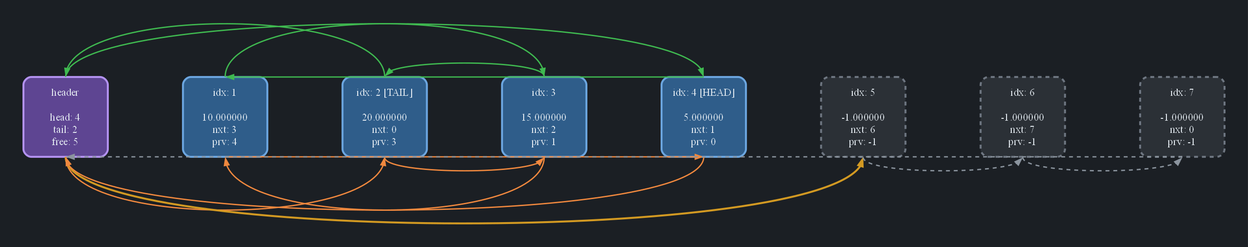
This is png_dumps/dump1_arcs.png from OkulovDmitry/Doubly-Linked-List, a Graphviz export, as it was before one commit. Its source is kept beside it as dot_of_dumps/dump1_arcs.dot. Source of this version:
```dot
digraph list {
  graph [dpi=100, bgcolor="#1B1F24", splines=true, pad=0.5, nodesep=1.6, ranksep=1.5];
  node  [shape=rectangle, style="rounded,filled", fontcolor="#E6EDF3", fontsize=16, width=1.8, height=1.7, fixedsize=true, penwidth=3];
  edge  [penwidth=2, arrowsize=1.0];
  cell0 [fillcolor="#5e4592", color="#B392F0", label="header\n\nhead: 4\ntail: 2\nfree: 5"];
  cell1 [fillcolor="#2F5D8A", color="#6CA6E0", label="idx: 1\n\n10.000000\nnxt: 3\nprv: 4"];
  cell2 [fillcolor="#2F5D8A", color="#6CA6E0", label="idx: 2 [TAIL]\n\n20.000000\nnxt: 0\nprv: 3"];
  cell3 [fillcolor="#2F5D8A", color="#6CA6E0", label="idx: 3\n\n15.000000\nnxt: 2\nprv: 1"];
  cell4 [fillcolor="#2F5D8A", color="#6CA6E0", label="idx: 4 [HEAD]\n\n5.000000\nnxt: 1\nprv: 0"];
  cell5 [fillcolor="#2B3036", color="#6E7681", style="rounded,filled,dashed", label="idx: 5\n\n-1.000000\nnxt: 6\nprv: -1"];
  cell6 [fillcolor="#2B3036", color="#6E7681", style="rounded,filled,dashed", label="idx: 6\n\n-1.000000\nnxt: 7\nprv: -1"];
  cell7 [fillcolor="#2B3036", color="#6E7681", style="rounded,filled,dashed", label="idx: 7\n\n-1.000000\nnxt: 0\nprv: -1"];
  { rank=same; cell0; cell1; cell2; cell3; cell4; cell5; cell6; cell7; }
  cell0 -> cell1 [style=invis, weight=100];
  cell1 -> cell2 [style=invis, weight=100];
  cell2 -> cell3 [style=invis, weight=100];
  cell3 -> cell4 [style=invis, weight=100];
  cell4 -> cell5 [style=invis, weight=100];
  cell5 -> cell6 [style=invis, weight=100];
  cell6 -> cell7 [style=invis, weight=100];
  cell0:n -> cell4:n [color="#3FB950"];
  cell0:s -> cell2:s [color="#F0883E"];
  cell1:n -> cell3:n [color="#3FB950"];
  cell1:s -> cell4:s [color="#F0883E"];
  cell2:n -> cell0:n [color="#3FB950"];
  cell2:s -> cell3:s [color="#F0883E"];
  cell3:n -> cell2:n [color="#3FB950"];
  cell3:s -> cell1:s [color="#F0883E"];
  cell4:n -> cell1:n [color="#3FB950"];
  cell4:s -> cell0:s [color="#F0883E"];
  cell5:s -> cell6:s [color="#8B949E", style=dashed];
  cell6:s -> cell7:s [color="#8B949E", style=dashed];
  cell7:s -> cell0:s [color="#8B949E", style=dashed];
  cell0:s -> cell5:s [color="#D29922", penwidth=3, style=bold];
}
```
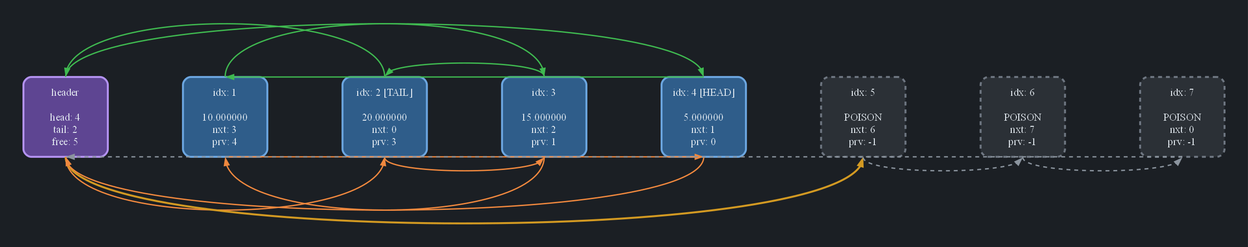
Later version of the same file.

Diff of the diagram source:
```diff
@@ -7,9 +7,9 @@
   cell2 [fillcolor="#2F5D8A", color="#6CA6E0", label="idx: 2 [TAIL]\n\n20.000000\nnxt: 0\nprv: 3"];
   cell3 [fillcolor="#2F5D8A", color="#6CA6E0", label="idx: 3\n\n15.000000\nnxt: 2\nprv: 1"];
   cell4 [fillcolor="#2F5D8A", color="#6CA6E0", label="idx: 4 [HEAD]\n\n5.000000\nnxt: 1\nprv: 0"];
-  cell5 [fillcolor="#2B3036", color="#6E7681", style="rounded,filled,dashed", label="idx: 5\n\n-1.000000\nnxt: 6\nprv: -1"];
-  cell6 [fillcolor="#2B3036", color="#6E7681", style="rounded,filled,dashed", label="idx: 6\n\n-1.000000\nnxt: 7\nprv: -1"];
-  cell7 [fillcolor="#2B3036", color="#6E7681", style="rounded,filled,dashed", label="idx: 7\n\n-1.000000\nnxt: 0\nprv: -1"];
+  cell5 [fillcolor="#2B3036", color="#6E7681", style="rounded,filled,dashed", label="idx: 5\n\nPOISON\nnxt: 6\nprv: -1"];
+  cell6 [fillcolor="#2B3036", color="#6E7681", style="rounded,filled,dashed", label="idx: 6\n\nPOISON\nnxt: 7\nprv: -1"];
+  cell7 [fillcolor="#2B3036", color="#6E7681", style="rounded,filled,dashed", label="idx: 7\n\nPOISON\nnxt: 0\nprv: -1"];
   { rank=same; cell0; cell1; cell2; cell3; cell4; cell5; cell6; cell7; }
   cell0 -> cell1 [style=invis, weight=100];
   cell1 -> cell2 [style=invis, weight=100];
```
